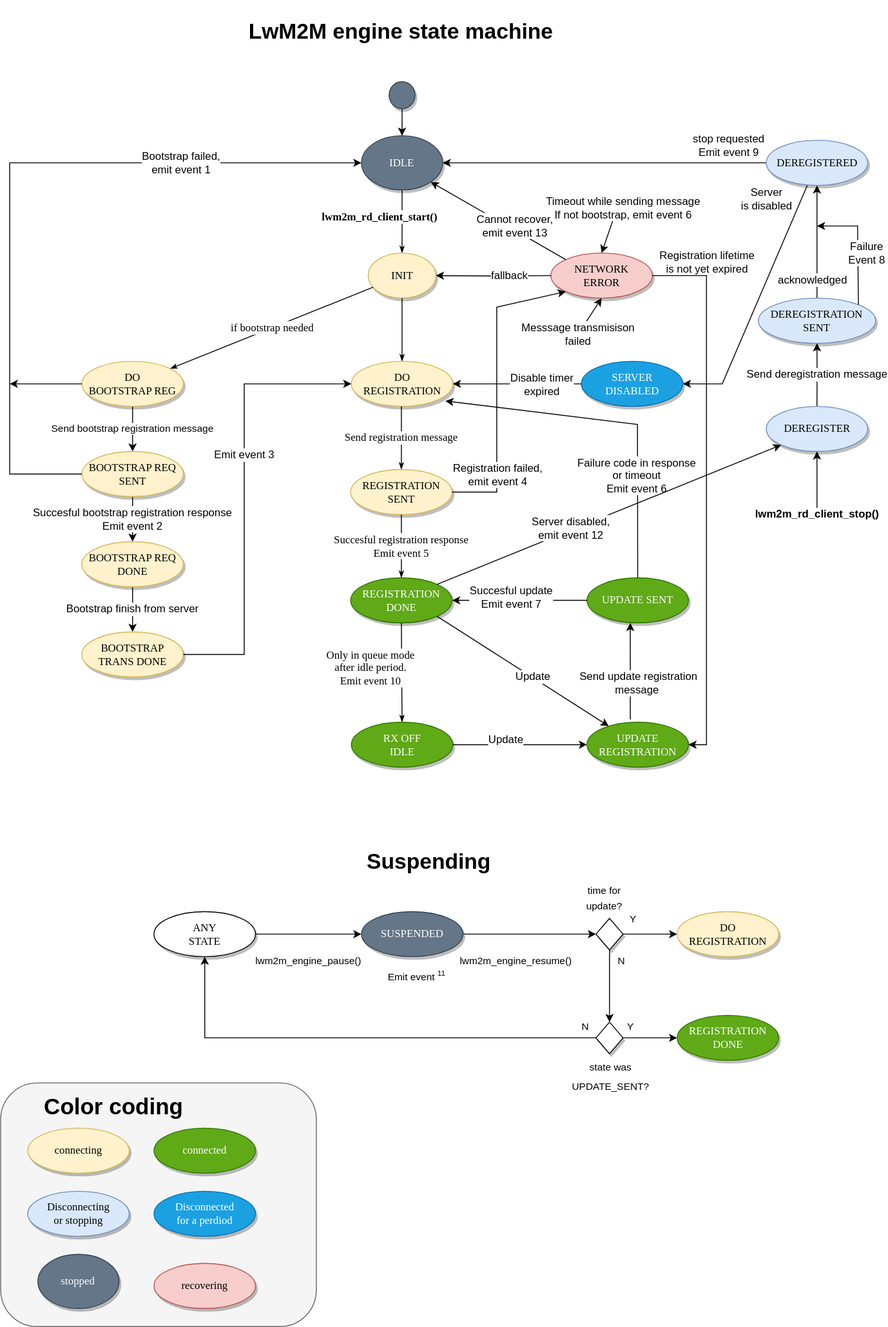
This is doc/connectivity/networking/api/images/lwm2m_engine_state_machine.svg from phytec/zephyr-phytec, a draw.io export, as it was before one commit. Source tidied: cells renumbered, new cells last; positions are measured from the earlier drawing's top-left corner, leaving out a move shared by most shapes.
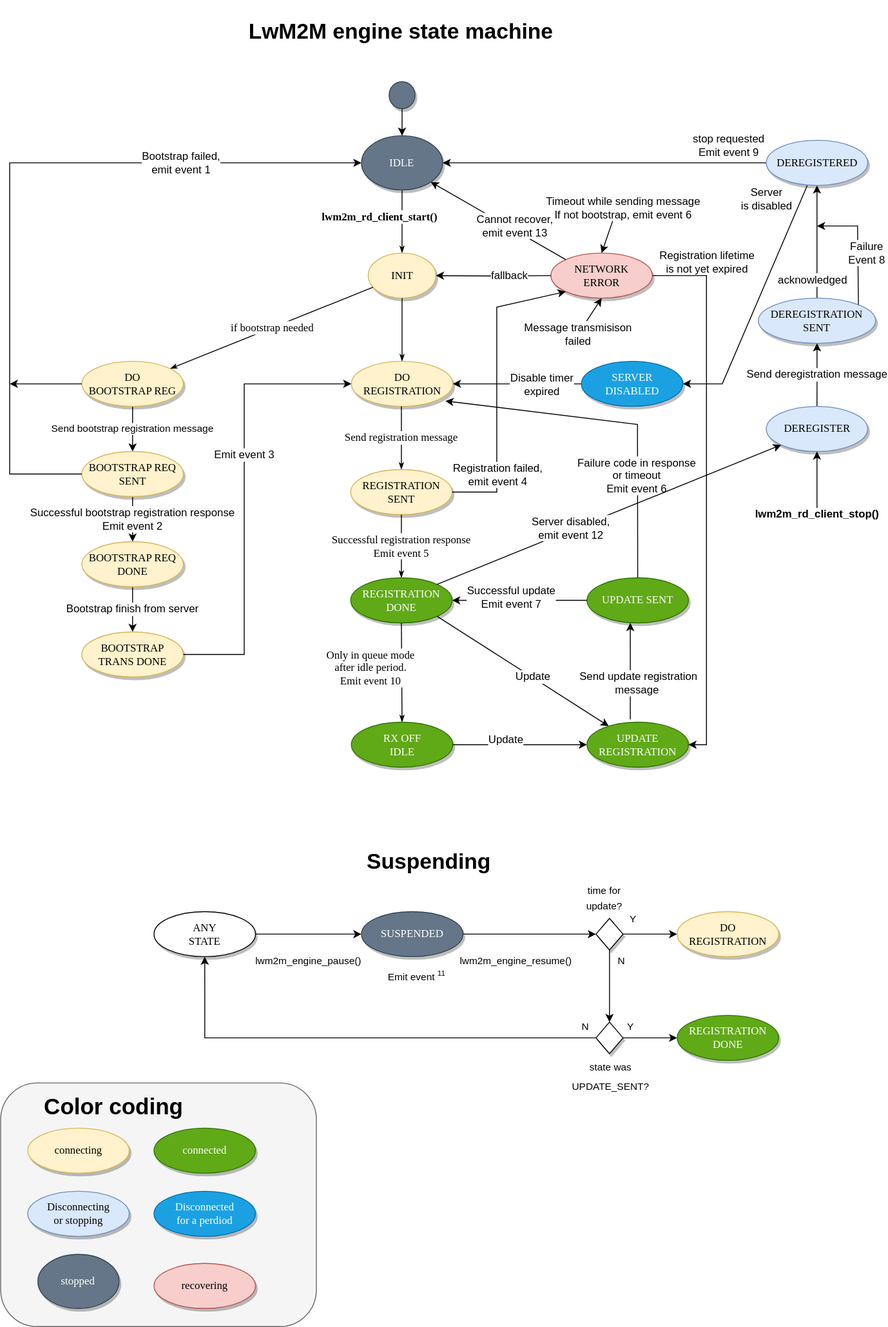
The same diagram one commit later.

The edit, as a diff of the source:
```diff
@@ -39,7 +39,7 @@
     <mxCell id="12" value="REGISTRATION&lt;br&gt;SENT" style="ellipse;whiteSpace=wrap;html=1;rounded=0;shadow=1;comic=0;labelBackgroundColor=none;strokeWidth=1;fontFamily=Verdana;fontSize=12;align=center;fillColor=#fff2cc;strokeColor=#d6b656;" parent="1" vertex="1">
       <mxGeometry x="388" y="520" width="112.5" height="50" as="geometry" />
     </mxCell>
-    <mxCell id="13" value="Succesful registration response&lt;br style=&quot;font-size: 12px;&quot;&gt;Emit event 5" style="edgeStyle=none;rounded=1;html=1;labelBackgroundColor=default;startArrow=none;startFill=0;startSize=5;endArrow=classicThin;endFill=1;endSize=5;jettySize=auto;strokeColor=#000000;strokeWidth=1;fontFamily=Verdana;fontSize=12;" parent="1" edge="1" target="14">
+    <mxCell id="13" value="Successful registration response&lt;br style=&quot;font-size: 12px;&quot;&gt;Emit event 5" style="edgeStyle=none;rounded=1;html=1;labelBackgroundColor=default;startArrow=none;startFill=0;startSize=5;endArrow=classicThin;endFill=1;endSize=5;jettySize=auto;strokeColor=#000000;strokeWidth=1;fontFamily=Verdana;fontSize=12;" parent="1" edge="1" target="14">
       <mxGeometry relative="1" as="geometry">
         <mxPoint x="444.2" y="570" as="sourcePoint" />
       </mxGeometry>
@@ -74,7 +74,7 @@
     <mxCell id="20" style="endArrow=classic;html=1;rounded=0;entryX=1;entryY=0.5;entryDx=0;entryDy=0;exitX=0;exitY=0.5;exitDx=0;exitDy=0;" parent="1" edge="1" source="17" target="14">
       <mxGeometry relative="1" as="geometry" />
     </mxCell>
-    <mxCell id="21" value="Succesful update&lt;br style=&quot;font-size: 12px;&quot;&gt;Emit event 7" style="edgeLabel;html=1;align=center;verticalAlign=middle;fontSize=12;" parent="20" vertex="1">
+    <mxCell id="21" value="Successful update&lt;br style=&quot;font-size: 12px;&quot;&gt;Emit event 7" style="edgeLabel;html=1;align=center;verticalAlign=middle;fontSize=12;" parent="20" vertex="1">
       <mxGeometry x="0.13" y="-4" relative="1" as="geometry" />
     </mxCell>
     <mxCell id="22" value="Send deregistration message" style="edgeStyle=orthogonalEdgeStyle;rounded=0;jettySize=auto;html=1;fontSize=12;" parent="1" edge="1" source="23" target="25">
@@ -120,12 +120,12 @@
     <mxCell id="32" value="NETWORK&lt;br&gt;ERROR" style="ellipse;whiteSpace=wrap;html=1;rounded=0;shadow=1;comic=0;labelBackgroundColor=none;strokeWidth=1;fontFamily=Verdana;fontSize=12;align=center;fillColor=#f8cecc;strokeColor=#b85450;" parent="1" vertex="1">
       <mxGeometry x="610" y="280" width="112.5" height="50" as="geometry" />
     </mxCell>
-    <mxCell id="33" value="Messsage transmisison&lt;br style=&quot;font-size: 12px;&quot;&gt;failed" style="endArrow=classic;html=1;rounded=0;entryX=0.5;entryY=1;entryDx=0;entryDy=0;fontSize=12;" parent="1" edge="1" target="32">
+    <mxCell id="33" value="Message transmisison&lt;br style=&quot;font-size: 12px;&quot;&gt;failed" style="endArrow=classic;html=1;rounded=0;entryX=0.5;entryY=1;entryDx=0;entryDy=0;fontSize=12;" parent="1" edge="1" target="32">
       <mxGeometry x="-1" relative="1" as="geometry">
         <mxPoint x="640" y="370" as="sourcePoint" />
       </mxGeometry>
     </mxCell>
-    <mxCell id="34" value="Succesful bootstrap registration response&lt;br style=&quot;font-size: 12px;&quot;&gt;Emit event 2" style="edgeStyle=orthogonalEdgeStyle;rounded=0;jettySize=auto;html=1;fontSize=12;" parent="1" edge="1" source="35" target="37">
+    <mxCell id="34" value="Successful bootstrap registration response&lt;br style=&quot;font-size: 12px;&quot;&gt;Emit event 2" style="edgeStyle=orthogonalEdgeStyle;rounded=0;jettySize=auto;html=1;fontSize=12;" parent="1" edge="1" source="35" target="37">
       <mxGeometry relative="1" as="geometry" />
     </mxCell>
     <mxCell id="35" value="BOOTSTRAP REQ SENT" style="ellipse;whiteSpace=wrap;html=1;rounded=0;shadow=1;comic=0;labelBackgroundColor=none;strokeWidth=1;fontFamily=Verdana;fontSize=12;align=center;fillColor=#fff2cc;strokeColor=#d6b656;" parent="1" vertex="1">
```
